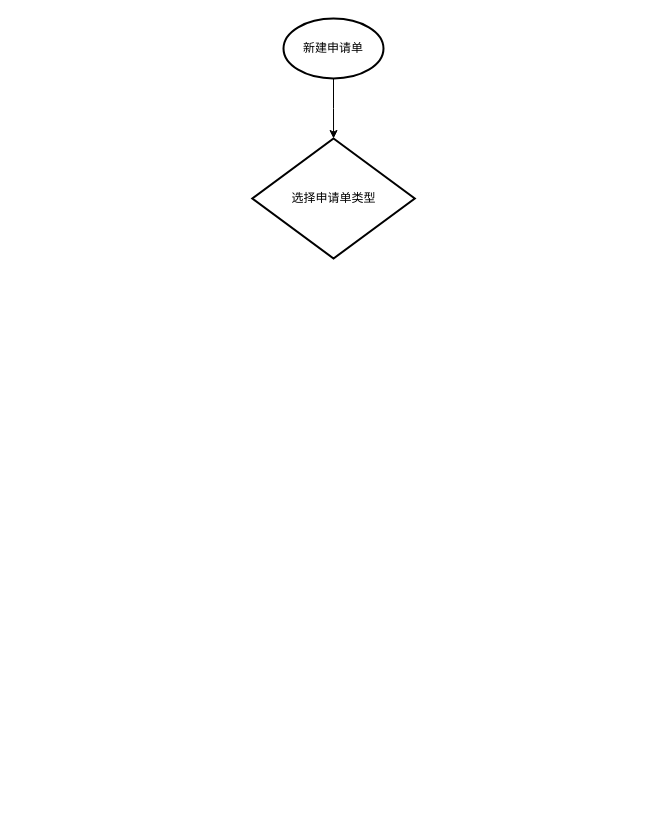
lixiaoyuan/his-de-files keeps this draw.io diagram as 未命名绘图1111.drawio. Above is the earlier version. Source tidied: cells renumbered, new cells numbered last; positions are measured from the earlier drawing's top-left corner, leaving out a move shared by most shapes. Both pictures are drawn from the tidied source at 100%, with x=0, y=0 at pixel (252, 18).
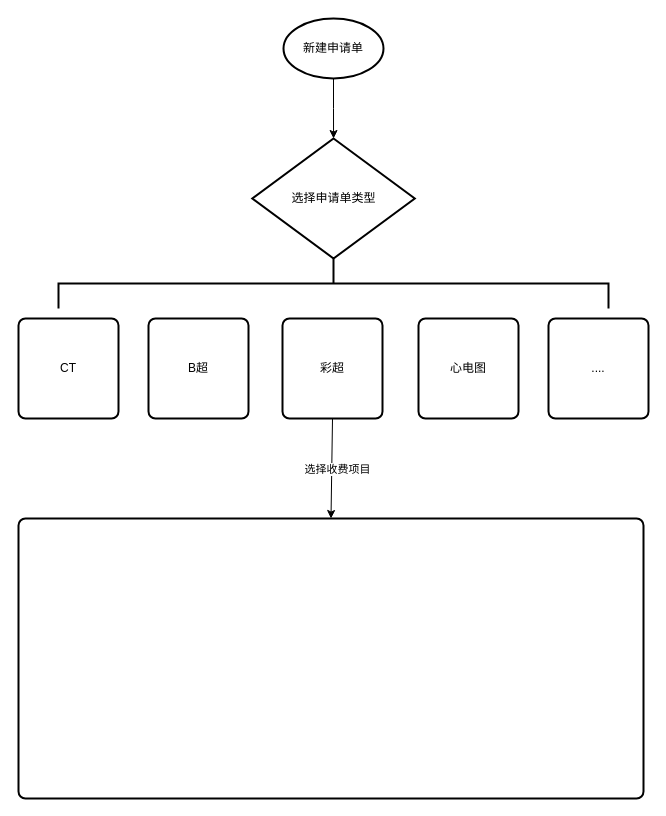
Above is the later version.

Commit message (it also covers changes not shown here):
更新未命名绘图1111.drawio

Change to the diagram source:
```diff
@@
 <mxGraphModel>
   <root>
     <mxCell id="0" />
     <mxCell id="1" parent="0" />
     <mxCell id="2" value="新建申请单" style="strokeWidth=2;html=1;shape=mxgraph.flowchart.start_1;whiteSpace=wrap;" parent="1" vertex="1">
       <mxGeometry x="31" width="100" height="60" as="geometry" />
     </mxCell>
     <mxCell id="3" value="选择申请单类型" style="strokeWidth=2;html=1;shape=mxgraph.flowchart.decision;whiteSpace=wrap;" parent="1" vertex="1">
       <mxGeometry x="-0.2" y="120" width="162.5" height="120" as="geometry" />
     </mxCell>
     <mxCell id="4" style="edgeStyle=orthogonalEdgeStyle;rounded=0;jettySize=auto;html=1;entryX=0.5;entryY=0;entryDx=0;entryDy=0;entryPerimeter=0;" parent="1" edge="1" source="2" target="3">
       <mxGeometry relative="1" as="geometry" />
     </mxCell>
+    <mxCell id="5" value="CT" style="rounded=1;whiteSpace=wrap;html=1;absoluteArcSize=1;arcSize=14;strokeWidth=2;" parent="1" vertex="1">
+      <mxGeometry x="-234" y="300" width="100" height="100" as="geometry" />
+    </mxCell>
+    <mxCell id="6" value="B超" style="rounded=1;whiteSpace=wrap;html=1;absoluteArcSize=1;arcSize=14;strokeWidth=2;" parent="1" vertex="1">
+      <mxGeometry x="-104" y="300" width="100" height="100" as="geometry" />
+    </mxCell>
+    <mxCell id="7" value="彩超" style="rounded=1;whiteSpace=wrap;html=1;absoluteArcSize=1;arcSize=14;strokeWidth=2;" parent="1" vertex="1">
+      <mxGeometry x="30" y="300" width="100" height="100" as="geometry" />
+    </mxCell>
+    <mxCell id="8" value="心电图" style="rounded=1;whiteSpace=wrap;html=1;absoluteArcSize=1;arcSize=14;strokeWidth=2;" parent="1" vertex="1">
+      <mxGeometry x="166" y="300" width="100" height="100" as="geometry" />
+    </mxCell>
+    <mxCell id="9" value="...." style="rounded=1;whiteSpace=wrap;html=1;absoluteArcSize=1;arcSize=14;strokeWidth=2;" parent="1" vertex="1">
+      <mxGeometry x="296" y="300" width="100" height="100" as="geometry" />
+    </mxCell>
+    <mxCell id="10" style="strokeWidth=2;html=1;shape=mxgraph.flowchart.annotation_2;align=left;labelPosition=right;rotation=90;" parent="1" vertex="1">
+      <mxGeometry x="56" y="-10" width="50" height="550" as="geometry" />
+    </mxCell>
+    <mxCell id="11" style="rounded=1;whiteSpace=wrap;html=1;absoluteArcSize=1;arcSize=14;strokeWidth=2;" parent="1" vertex="1">
+      <mxGeometry x="-234" y="500" width="625" height="280" as="geometry" />
+    </mxCell>
+    <mxCell id="12" style="endArrow=classic;html=1;rounded=0;exitX=0.5;exitY=1;exitDx=0;exitDy=0;entryX=0.5;entryY=0;entryDx=0;entryDy=0;" parent="1" edge="1" source="7" target="11">
+      <mxGeometry relative="1" as="geometry" />
+    </mxCell>
+    <mxCell id="13" value="选择收费项目" style="edgeLabel;html=1;align=center;verticalAlign=middle;" parent="12" vertex="1">
+      <mxGeometry y="5" relative="1" as="geometry" />
+    </mxCell>
   </root>
 </mxGraphModel>
```
